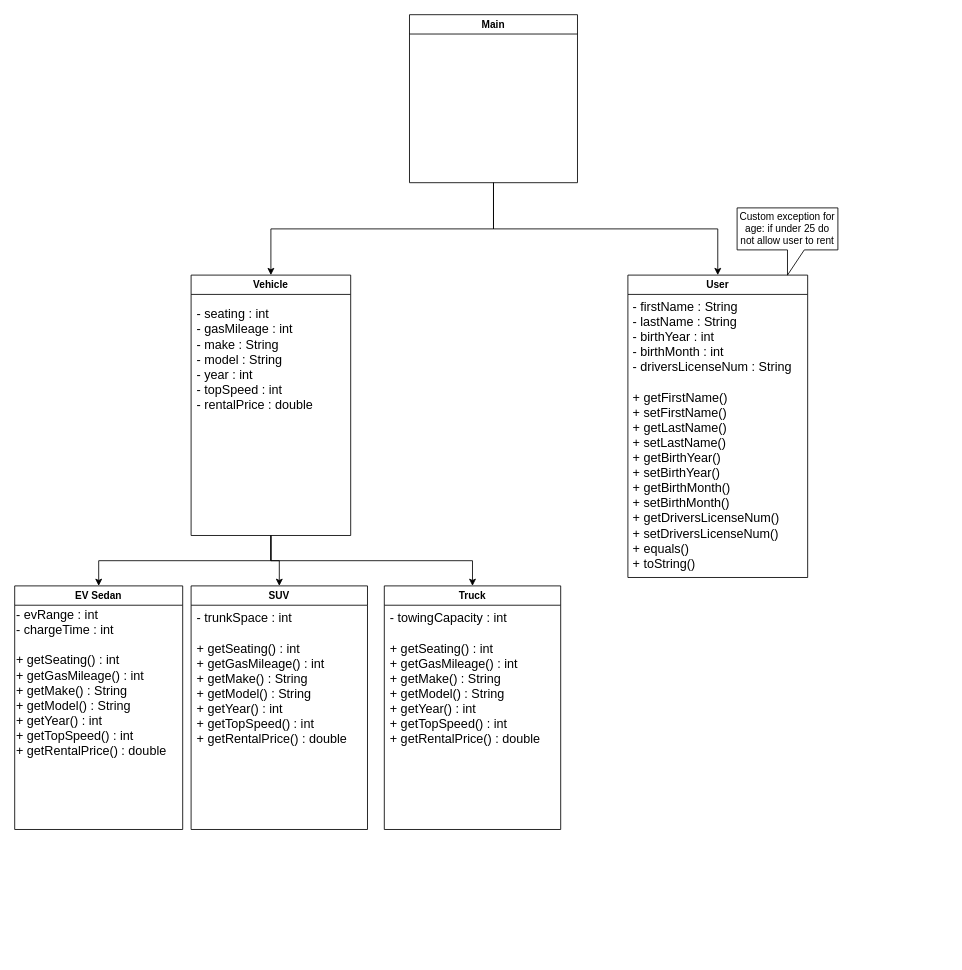
Earlier version of the draw.io diagram UML UD1.drawio (CS112-2564-Fall2024/ud1-usb-4-0). Source tidied: cells renumbered, new cells numbered last; positions are measured from the earlier drawing's top-left corner, leaving out a move shared by most shapes. Both pictures are drawn from the tidied source at 84%, with x=0, y=0 at pixel (14, 14).
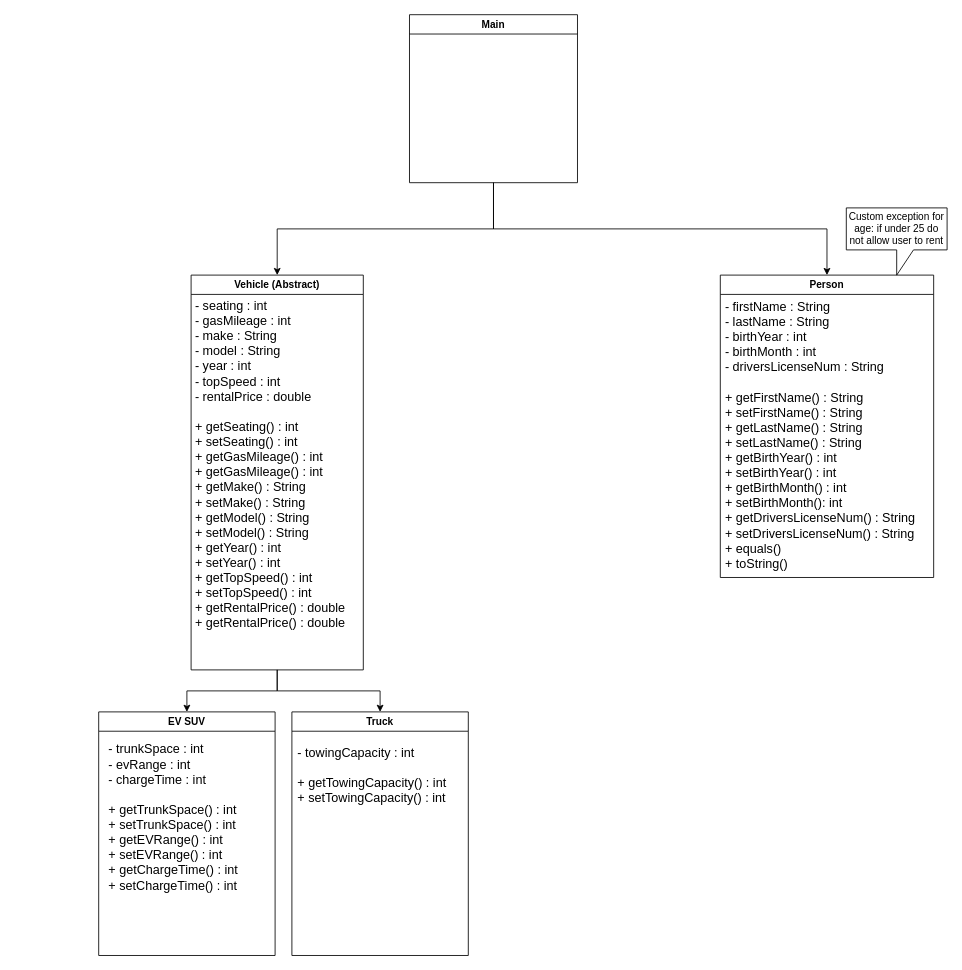
Above is the later version.

Change to the diagram source:
```diff
@@
 <mxGraphModel>
   <root>
     <mxCell id="0" />
     <mxCell id="1" parent="0" />
     <mxCell id="2" style="edgeStyle=orthogonalEdgeStyle;rounded=0;jettySize=auto;html=1;entryX=0.5;entryY=0;entryDx=0;entryDy=0;" parent="1" edge="1" source="5" target="13">
       <mxGeometry relative="1" as="geometry" />
     </mxCell>
-    <mxCell id="3" style="edgeStyle=orthogonalEdgeStyle;rounded=0;jettySize=auto;html=1;entryX=0.5;entryY=0;entryDx=0;entryDy=0;exitX=0.5;exitY=1;exitDx=0;exitDy=0;" parent="1" edge="1" source="5" target="9">
-      <mxGeometry relative="1" as="geometry" />
-    </mxCell>
     <mxCell id="4" style="edgeStyle=orthogonalEdgeStyle;rounded=0;jettySize=auto;html=1;entryX=0.5;entryY=0;entryDx=0;entryDy=0;exitX=0.5;exitY=1;exitDx=0;exitDy=0;" parent="1" edge="1" source="5" target="11">
       <mxGeometry relative="1" as="geometry" />
     </mxCell>
-    <mxCell id="5" value="Vehicle" style="swimlane;whiteSpace=wrap;html=1;" parent="1" vertex="1">
-      <mxGeometry x="210" y="310" width="190" height="310" as="geometry" />
+    <mxCell id="5" value="Vehicle (Abstract)" style="swimlane;whiteSpace=wrap;html=1;" parent="1" vertex="1">
+      <mxGeometry x="210" y="310" width="205" height="470" as="geometry" />
     </mxCell>
-    <mxCell id="6" value="&lt;font style=&quot;font-size: 15px;&quot;&gt;- seating : int&lt;/font&gt;&lt;div style=&quot;font-size: 15px;&quot;&gt;&lt;font style=&quot;font-size: 15px;&quot;&gt;- gasMileage : int&lt;/font&gt;&lt;/div&gt;&lt;div style=&quot;font-size: 15px;&quot;&gt;&lt;font style=&quot;font-size: 15px;&quot;&gt;- make : String&lt;/font&gt;&lt;/div&gt;&lt;div style=&quot;font-size: 15px;&quot;&gt;&lt;font style=&quot;font-size: 15px;&quot;&gt;- model : String&lt;/font&gt;&lt;/div&gt;&lt;div style=&quot;font-size: 15px;&quot;&gt;&lt;font style=&quot;font-size: 15px;&quot;&gt;- year : int&lt;/font&gt;&lt;/div&gt;&lt;div style=&quot;font-size: 15px;&quot;&gt;&lt;font style=&quot;font-size: 15px;&quot;&gt;- topSpeed : int&lt;/font&gt;&lt;/div&gt;&lt;div style=&quot;font-size: 15px;&quot;&gt;&lt;font style=&quot;font-size: 15px;&quot;&gt;- rentalPrice : double&lt;/font&gt;&lt;/div&gt;" style="text;html=1;align=left;verticalAlign=middle;strokeColor=none;fillColor=none;" parent="5" vertex="1">
-      <mxGeometry x="5" y="30" width="160" height="140" as="geometry" />
+    <mxCell id="6" value="&lt;font style=&quot;font-size: 15px;&quot;&gt;- seating : int&lt;/font&gt;&lt;div style=&quot;font-size: 15px;&quot;&gt;&lt;font style=&quot;font-size: 15px;&quot;&gt;- gasMileage : int&lt;/font&gt;&lt;/div&gt;&lt;div style=&quot;font-size: 15px;&quot;&gt;&lt;font style=&quot;font-size: 15px;&quot;&gt;- make : String&lt;/font&gt;&lt;/div&gt;&lt;div style=&quot;font-size: 15px;&quot;&gt;&lt;font style=&quot;font-size: 15px;&quot;&gt;- model : String&lt;/font&gt;&lt;/div&gt;&lt;div style=&quot;font-size: 15px;&quot;&gt;&lt;font style=&quot;font-size: 15px;&quot;&gt;- year : int&lt;/font&gt;&lt;/div&gt;&lt;div style=&quot;font-size: 15px;&quot;&gt;&lt;font style=&quot;font-size: 15px;&quot;&gt;- topSpeed : int&lt;/font&gt;&lt;/div&gt;&lt;div style=&quot;font-size: 15px;&quot;&gt;&lt;font style=&quot;font-size: 15px;&quot;&gt;- rentalPrice : double&lt;/font&gt;&lt;/div&gt;&lt;div style=&quot;font-size: 15px;&quot;&gt;&lt;font style=&quot;font-size: 15px;&quot;&gt;&lt;br&gt;&lt;/font&gt;&lt;/div&gt;&lt;div style=&quot;font-size: 15px;&quot;&gt;&lt;font style=&quot;font-size: 15px;&quot;&gt;&lt;div&gt;+ getSeating() : int&lt;/div&gt;&lt;div&gt;+ setSeating() : int&lt;/div&gt;&lt;div&gt;+ getGasMileage() : int&lt;/div&gt;&lt;div&gt;+ getGasMileage() : int&lt;/div&gt;&lt;div&gt;+ getMake() : String&lt;/div&gt;&lt;div&gt;+ setMake() : String&lt;/div&gt;&lt;div&gt;+ getModel() : String&lt;/div&gt;&lt;div&gt;+ setModel() : String&lt;/div&gt;&lt;div&gt;+ getYear() :&amp;nbsp;int&lt;/div&gt;&lt;div&gt;+ setYear() : int&lt;/div&gt;&lt;div&gt;+ getTopSpeed() : int&lt;/div&gt;&lt;div&gt;+ setTopSpeed() : int&lt;/div&gt;&lt;div&gt;+ getRentalPrice() : double&lt;/div&gt;&lt;div&gt;+ getRentalPrice() : double&lt;/div&gt;&lt;/font&gt;&lt;/div&gt;" style="text;html=1;align=left;verticalAlign=middle;strokeColor=none;fillColor=none;" parent="5" vertex="1">
+      <mxGeometry x="2.5" y="20" width="200" height="410" as="geometry" />
     </mxCell>
-    <mxCell id="7" value="User" style="swimlane;whiteSpace=wrap;html=1;" parent="1" vertex="1">
-      <mxGeometry x="730" y="310" width="214" height="360" as="geometry" />
+    <mxCell id="7" value="Person" style="swimlane;whiteSpace=wrap;html=1;" parent="1" vertex="1">
+      <mxGeometry x="840" y="310" width="254" height="360" as="geometry" />
     </mxCell>
-    <mxCell id="8" value="&lt;span style=&quot;font-size: 15px;&quot;&gt;- firstName : String&lt;/span&gt;&lt;div&gt;&lt;span style=&quot;font-size: 15px;&quot;&gt;- lastName : String&lt;/span&gt;&lt;/div&gt;&lt;div&gt;&lt;span style=&quot;font-size: 15px;&quot;&gt;- birthYear : int&lt;/span&gt;&lt;/div&gt;&lt;div&gt;&lt;span style=&quot;font-size: 15px;&quot;&gt;- birthMonth : int&lt;/span&gt;&lt;/div&gt;&lt;div&gt;&lt;span style=&quot;font-size: 15px; background-color: initial;&quot;&gt;- driversLicenseNum : String&lt;/span&gt;&lt;/div&gt;&lt;div&gt;&lt;span style=&quot;font-size: 15px;&quot;&gt;&lt;br&gt;&lt;/span&gt;&lt;/div&gt;&lt;div&gt;&lt;span style=&quot;font-size: 15px;&quot;&gt;+ getFirstName()&lt;/span&gt;&lt;/div&gt;&lt;div&gt;&lt;span style=&quot;font-size: 15px;&quot;&gt;+ setFirstName()&lt;/span&gt;&lt;/div&gt;&lt;div&gt;&lt;span style=&quot;font-size: 15px;&quot;&gt;+ getLastName()&lt;/span&gt;&lt;/div&gt;&lt;div&gt;&lt;span style=&quot;font-size: 15px;&quot;&gt;+ setLastName()&lt;/span&gt;&lt;/div&gt;&lt;div&gt;&lt;span style=&quot;font-size: 15px;&quot;&gt;+ getBirthYear()&lt;/span&gt;&lt;/div&gt;&lt;div&gt;&lt;span style=&quot;font-size: 15px;&quot;&gt;+ setBirthYear()&lt;/span&gt;&lt;/div&gt;&lt;div&gt;&lt;span style=&quot;font-size: 15px;&quot;&gt;+ getBirthMonth()&lt;/span&gt;&lt;/div&gt;&lt;div&gt;&lt;span style=&quot;font-size: 15px;&quot;&gt;+ setBirthMonth()&lt;/span&gt;&lt;/div&gt;&lt;div&gt;&lt;span style=&quot;font-size: 15px;&quot;&gt;+ getDriversLicenseNum()&lt;/span&gt;&lt;/div&gt;&lt;div&gt;&lt;span style=&quot;font-size: 15px;&quot;&gt;+ setDriversLicenseNum()&lt;/span&gt;&lt;/div&gt;&lt;div&gt;&lt;span style=&quot;font-size: 15px;&quot;&gt;+ equals()&lt;/span&gt;&lt;/div&gt;&lt;div&gt;&lt;span style=&quot;font-size: 15px;&quot;&gt;+ toString()&lt;/span&gt;&lt;/div&gt;" style="text;html=1;align=left;verticalAlign=middle;strokeColor=none;fillColor=none;" parent="7" vertex="1">
-      <mxGeometry x="4" y="20" width="210" height="340" as="geometry" />
+    <mxCell id="8" value="&lt;span style=&quot;font-size: 15px;&quot;&gt;- firstName : String&lt;/span&gt;&lt;div&gt;&lt;span style=&quot;font-size: 15px;&quot;&gt;- lastName : String&lt;/span&gt;&lt;/div&gt;&lt;div&gt;&lt;span style=&quot;font-size: 15px;&quot;&gt;- birthYear : int&lt;/span&gt;&lt;/div&gt;&lt;div&gt;&lt;span style=&quot;font-size: 15px;&quot;&gt;- birthMonth : int&lt;/span&gt;&lt;/div&gt;&lt;div&gt;&lt;span style=&quot;font-size: 15px; background-color: initial;&quot;&gt;- driversLicenseNum : String&lt;/span&gt;&lt;/div&gt;&lt;div&gt;&lt;span style=&quot;font-size: 15px;&quot;&gt;&lt;br&gt;&lt;/span&gt;&lt;/div&gt;&lt;div&gt;&lt;span style=&quot;font-size: 15px;&quot;&gt;+ getFirstName() : String&lt;/span&gt;&lt;/div&gt;&lt;div&gt;&lt;span style=&quot;font-size: 15px;&quot;&gt;+ setFirstName() : String&lt;/span&gt;&lt;/div&gt;&lt;div&gt;&lt;span style=&quot;font-size: 15px;&quot;&gt;+ getLastName() : String&lt;/span&gt;&lt;/div&gt;&lt;div&gt;&lt;span style=&quot;font-size: 15px;&quot;&gt;+ setLastName() : String&lt;/span&gt;&lt;/div&gt;&lt;div&gt;&lt;span style=&quot;font-size: 15px;&quot;&gt;+ getBirthYear() : int&lt;/span&gt;&lt;/div&gt;&lt;div&gt;&lt;span style=&quot;font-size: 15px;&quot;&gt;+ setBirthYear() : int&lt;/span&gt;&lt;/div&gt;&lt;div&gt;&lt;span style=&quot;font-size: 15px;&quot;&gt;+ getBirthMonth() : int&lt;/span&gt;&lt;/div&gt;&lt;div&gt;&lt;span style=&quot;font-size: 15px;&quot;&gt;+ setBirthMonth(): int&lt;/span&gt;&lt;/div&gt;&lt;div&gt;&lt;span style=&quot;font-size: 15px;&quot;&gt;+ getDriversLicenseNum() : String&lt;/span&gt;&lt;/div&gt;&lt;div&gt;&lt;span style=&quot;font-size: 15px;&quot;&gt;+ setDriversLicenseNum() : String&lt;/span&gt;&lt;/div&gt;&lt;div&gt;&lt;span style=&quot;font-size: 15px;&quot;&gt;+ equals()&lt;/span&gt;&lt;/div&gt;&lt;div&gt;&lt;span style=&quot;font-size: 15px;&quot;&gt;+ toString()&lt;/span&gt;&lt;/div&gt;" style="text;html=1;align=left;verticalAlign=middle;strokeColor=none;fillColor=none;" parent="7" vertex="1">
+      <mxGeometry x="4" y="20" width="250" height="340" as="geometry" />
     </mxCell>
-    <mxCell id="9" value="EV Sedan" style="swimlane;whiteSpace=wrap;html=1;" parent="1" vertex="1">
-      <mxGeometry y="680" width="200" height="290" as="geometry" />
-    </mxCell>
-    <mxCell id="10" value="&lt;div style=&quot;font-size: 15px;&quot;&gt;- evRange : int&lt;/div&gt;&lt;div style=&quot;font-size: 15px;&quot;&gt;- chargeTime : int&lt;/div&gt;&lt;div style=&quot;font-size: 15px;&quot;&gt;&lt;br&gt;&lt;/div&gt;&lt;div style=&quot;font-size: 15px;&quot;&gt;&lt;div&gt;+ getSeating() : int&lt;/div&gt;&lt;div&gt;+ getGasMileage() : int&lt;/div&gt;&lt;div&gt;+ getMake() : String&lt;/div&gt;&lt;div&gt;+ getModel() : String&lt;/div&gt;&lt;div&gt;+ getYear() :&amp;nbsp;int&lt;/div&gt;&lt;div&gt;+ getTopSpeed() : int&lt;/div&gt;&lt;div&gt;+ getRentalPrice() : double&lt;/div&gt;&lt;/div&gt;" style="text;html=1;align=left;verticalAlign=middle;strokeColor=none;fillColor=none;" parent="9" vertex="1">
-      <mxGeometry y="20" width="200" height="190" as="geometry" />
-    </mxCell>
     <mxCell id="11" value="Truck" style="swimlane;whiteSpace=wrap;html=1;" parent="1" vertex="1">
-      <mxGeometry x="440" y="680" width="210" height="290" as="geometry" />
+      <mxGeometry x="330" y="830" width="210" height="290" as="geometry" />
     </mxCell>
-    <mxCell id="12" value="&lt;div style=&quot;font-size: 15px;&quot;&gt;- towingCapacity : int&lt;/div&gt;&lt;div style=&quot;font-size: 15px;&quot;&gt;&lt;br&gt;&lt;/div&gt;&lt;div style=&quot;font-size: 15px;&quot;&gt;&lt;div&gt;+ getSeating() : int&lt;/div&gt;&lt;div&gt;+ getGasMileage() : int&lt;/div&gt;&lt;div&gt;+ getMake() : String&lt;/div&gt;&lt;div&gt;+ getModel() : String&lt;/div&gt;&lt;div&gt;+ getYear() :&amp;nbsp;int&lt;/div&gt;&lt;div&gt;+ getTopSpeed() : int&lt;/div&gt;&lt;div&gt;+ getRentalPrice() : double&lt;/div&gt;&lt;/div&gt;" style="text;html=1;align=left;verticalAlign=middle;strokeColor=none;fillColor=none;" parent="11" vertex="1">
-      <mxGeometry x="4.5" y="20" width="200" height="180" as="geometry" />
+    <mxCell id="12" value="&lt;div style=&quot;font-size: 15px;&quot;&gt;- towingCapacity : int&lt;/div&gt;&lt;div style=&quot;font-size: 15px;&quot;&gt;&lt;br&gt;&lt;/div&gt;&lt;div style=&quot;font-size: 15px;&quot;&gt;+ getTowingCapacity() : int&lt;/div&gt;&lt;div style=&quot;font-size: 15px;&quot;&gt;+ setTowingCapacity() : int&lt;/div&gt;" style="text;html=1;align=left;verticalAlign=middle;strokeColor=none;fillColor=none;" parent="11" vertex="1">
+      <mxGeometry x="4.5" y="30" width="200" height="90" as="geometry" />
     </mxCell>
-    <mxCell id="13" value="SUV" style="swimlane;whiteSpace=wrap;html=1;" parent="1" vertex="1">
-      <mxGeometry x="210" y="680" width="210" height="290" as="geometry" />
+    <mxCell id="13" value="EV SUV" style="swimlane;whiteSpace=wrap;html=1;" parent="1" vertex="1">
+      <mxGeometry x="100" y="830" width="210" height="290" as="geometry" />
     </mxCell>
-    <mxCell id="14" value="&lt;div style=&quot;font-size: 15px;&quot;&gt;- trunkSpace : int&lt;/div&gt;&lt;div style=&quot;font-size: 15px;&quot;&gt;&lt;br&gt;&lt;/div&gt;&lt;div style=&quot;font-size: 15px;&quot;&gt;+ getSeating() : int&lt;/div&gt;&lt;div style=&quot;font-size: 15px;&quot;&gt;+ getGasMileage() : int&lt;/div&gt;&lt;div style=&quot;font-size: 15px;&quot;&gt;+ getMake() : String&lt;/div&gt;&lt;div style=&quot;font-size: 15px;&quot;&gt;+ getModel() : String&lt;/div&gt;&lt;div style=&quot;font-size: 15px;&quot;&gt;+ getYear() :&amp;nbsp;int&lt;/div&gt;&lt;div style=&quot;font-size: 15px;&quot;&gt;+ getTopSpeed() : int&lt;/div&gt;&lt;div style=&quot;font-size: 15px;&quot;&gt;+ getRentalPrice() : double&lt;/div&gt;" style="text;html=1;align=left;verticalAlign=middle;strokeColor=none;fillColor=none;" parent="13" vertex="1">
-      <mxGeometry x="5" y="20" width="200" height="180" as="geometry" />
+    <mxCell id="14" value="&lt;div style=&quot;font-size: 15px;&quot;&gt;- trunkSpace : int&lt;/div&gt;&lt;div style=&quot;font-size: 15px;&quot;&gt;&lt;div&gt;- evRange : int&lt;/div&gt;&lt;div&gt;- chargeTime : int&lt;/div&gt;&lt;div&gt;&lt;br&gt;&lt;/div&gt;&lt;div&gt;+ getTrunkSpace() : int&lt;/div&gt;&lt;div&gt;+ setTrunkSpace() : int&lt;/div&gt;&lt;div&gt;+ getEVRange() : int&lt;/div&gt;&lt;div&gt;+ setEVRange() : int&lt;/div&gt;&lt;div&gt;+ getChargeTime() : int&lt;/div&gt;&lt;div&gt;+ setChargeTime() : int&lt;/div&gt;&lt;/div&gt;" style="text;html=1;align=left;verticalAlign=middle;strokeColor=none;fillColor=none;" parent="13" vertex="1">
+      <mxGeometry x="10" y="30" width="180" height="190" as="geometry" />
     </mxCell>
     <mxCell id="15" style="edgeStyle=orthogonalEdgeStyle;rounded=0;jettySize=auto;html=1;entryX=0.5;entryY=0;entryDx=0;entryDy=0;exitX=0.5;exitY=1;exitDx=0;exitDy=0;" parent="1" edge="1" source="17" target="5">
       <mxGeometry relative="1" as="geometry" />
     </mxCell>
     <mxCell id="16" style="edgeStyle=orthogonalEdgeStyle;rounded=0;jettySize=auto;html=1;entryX=0.5;entryY=0;entryDx=0;entryDy=0;exitX=0.5;exitY=1;exitDx=0;exitDy=0;" parent="1" edge="1" source="17" target="7">
       <mxGeometry relative="1" as="geometry" />
     </mxCell>
     <mxCell id="17" value="Main" style="swimlane;whiteSpace=wrap;html=1;" parent="1" vertex="1">
       <mxGeometry x="470" width="200" height="200" as="geometry" />
     </mxCell>
     <mxCell id="18" value="Custom exception for age: if under 25 do not allow user to rent" style="shape=callout;whiteSpace=wrap;html=1;perimeter=calloutPerimeter;" parent="1" vertex="1">
-      <mxGeometry x="860" y="230" width="120" height="80" as="geometry" />
+      <mxGeometry x="990" y="230" width="120" height="80" as="geometry" />
     </mxCell>
   </root>
 </mxGraphModel>
```
